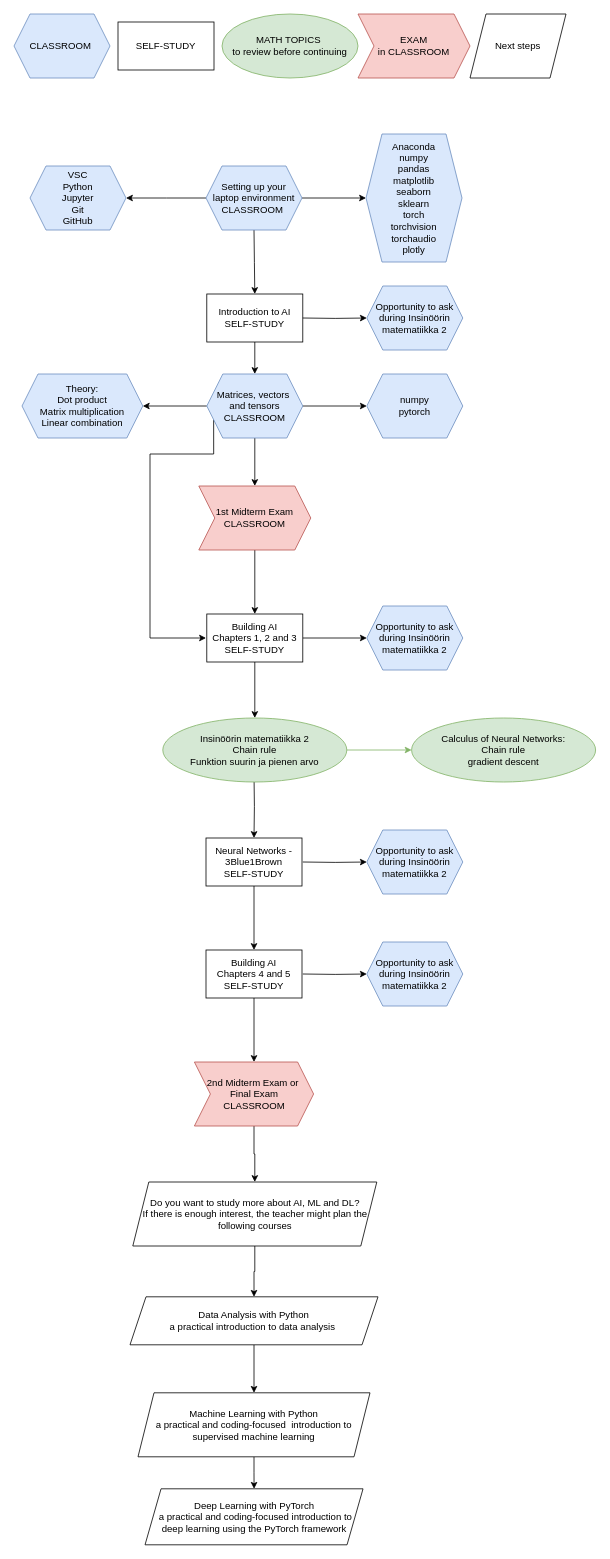
This is Workflow.drawio from henrylahteenmaki/draw.io, a draw.io file, before an edit. Source tidied: cells renumbered, new cells numbered last; positions are measured from the earlier drawing's top-left corner, leaving out a move shared by most shapes. Both pictures are drawn from the tidied source at 80%, with x=0, y=0 at pixel (14, 14).
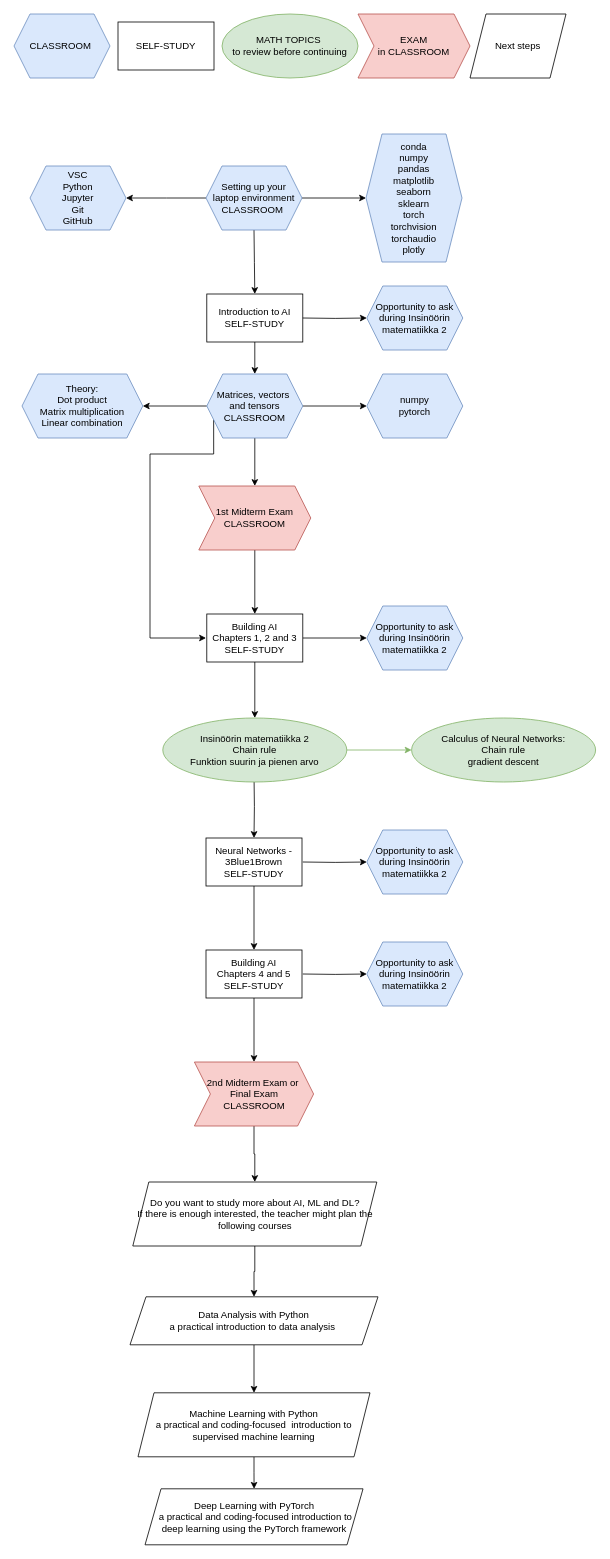
The same diagram, later.

The edit, as a diff of the source:
```diff
@@
-    <mxCell id="23" value="&lt;div&gt;Anaconda&lt;/div&gt;numpy&lt;div&gt;pandas&lt;/div&gt;&lt;div&gt;matplotlib&lt;br&gt;&lt;/div&gt;&lt;div&gt;seaborn&lt;/div&gt;&lt;div&gt;sklearn&lt;/div&gt;&lt;div&gt;torch&lt;/div&gt;&lt;div&gt;torchvision&lt;br&gt;&lt;/div&gt;&lt;div&gt;torchaudio&lt;br&gt;&lt;/div&gt;&lt;div&gt;plotly&lt;/div&gt;" style="shape=hexagon;perimeter=hexagonPerimeter2;whiteSpace=wrap;html=1;fixedSize=1;fillColor=#dae8fc;strokeColor=#6c8ebf;" parent="1" vertex="1">
+    <mxCell id="23" value="&lt;div&gt;conda&lt;/div&gt;numpy&lt;div&gt;pandas&lt;/div&gt;&lt;div&gt;matplotlib&lt;br&gt;&lt;/div&gt;&lt;div&gt;seaborn&lt;/div&gt;&lt;div&gt;sklearn&lt;/div&gt;&lt;div&gt;torch&lt;/div&gt;&lt;div&gt;torchvision&lt;br&gt;&lt;/div&gt;&lt;div&gt;torchaudio&lt;br&gt;&lt;/div&gt;&lt;div&gt;plotly&lt;/div&gt;" style="shape=hexagon;perimeter=hexagonPerimeter2;whiteSpace=wrap;html=1;fixedSize=1;fillColor=#dae8fc;strokeColor=#6c8ebf;" parent="1" vertex="1">
       <mxGeometry x="440" y="150" width="120" height="160" as="geometry" />
     </mxCell>
@@
-    <mxCell id="44" value="Do you want to study more about AI, ML and DL?&lt;div&gt;If there is enough interest, the teacher might plan the following courses&lt;/div&gt;" style="shape=parallelogram;perimeter=parallelogramPerimeter;whiteSpace=wrap;html=1;fixedSize=1;" parent="1" vertex="1">
+    <mxCell id="44" value="Do you want to study more about AI, ML and DL?&lt;div&gt;If there is enough interested, the teacher might plan the following courses&lt;/div&gt;" style="shape=parallelogram;perimeter=parallelogramPerimeter;whiteSpace=wrap;html=1;fixedSize=1;" parent="1" vertex="1">
       <mxGeometry x="148.5" y="1460" width="305" height="80" as="geometry" />
     </mxCell>
```
